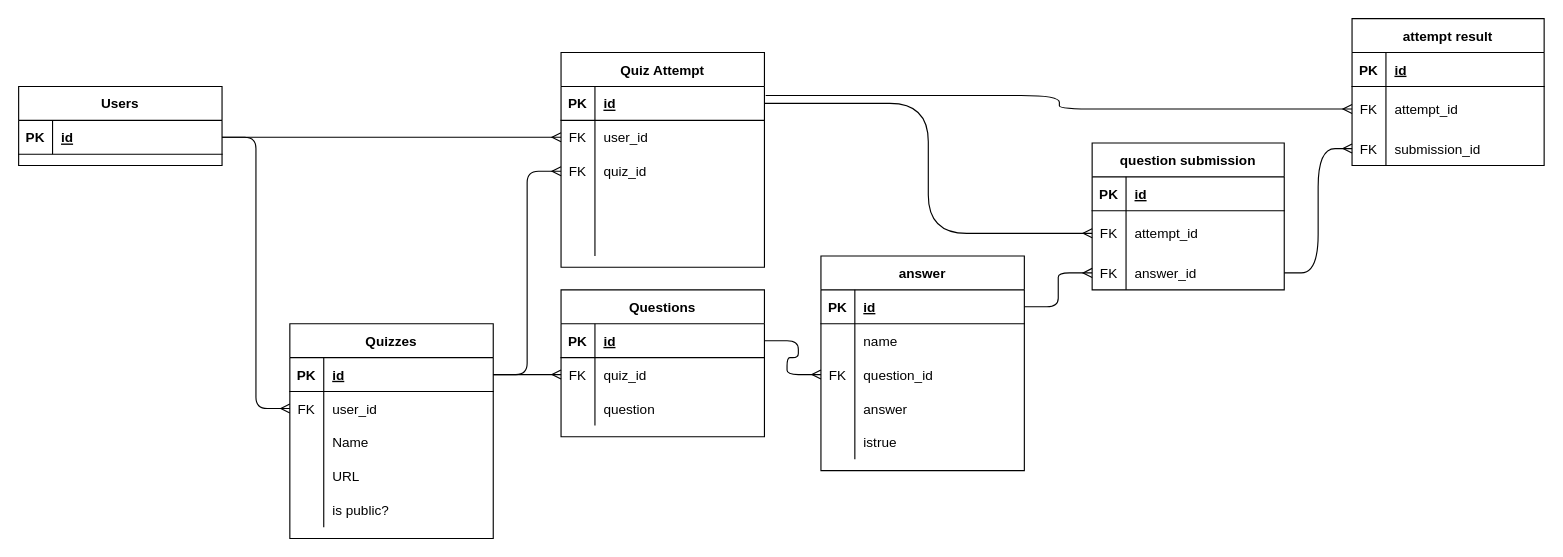
Above: ERD.drawio in zhaxxDev/DeonNathanZMidterm (draw.io), before the change. Source tidied: cells renumbered, new cells numbered last; positions are measured from the earlier drawing's top-left corner, leaving out a move shared by most shapes. Both pictures are drawn from the tidied source at 113%, with x=0, y=0 at pixel (18, 18).
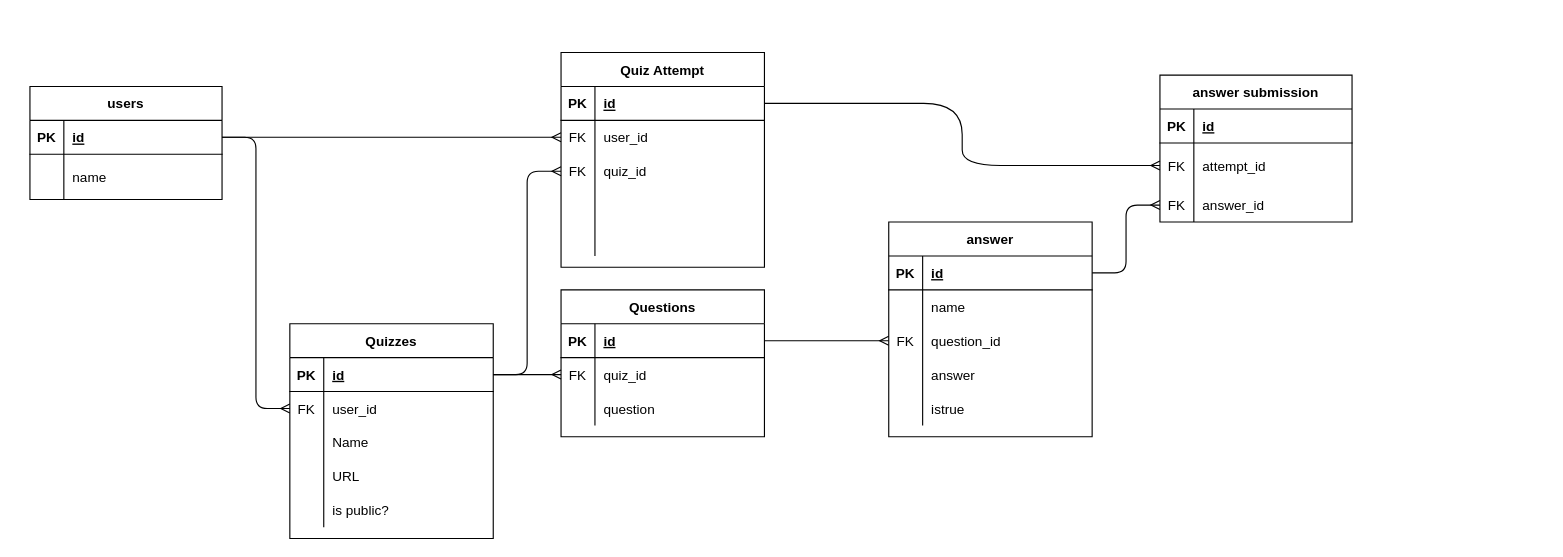
Above is the later version.

The change refers to these unchanged cells:
```xml
<mxCell id="10" style="shape=partialRectangle;fillColor=none;top=0;left=0;bottom=0;right=0;points=[[0,0.5],[1,0.5]];portConstraint=eastwest;" parent="6" vertex="1">
  <mxGeometry y="60" width="180" height="30" as="geometry" />
</mxCell>
<mxCell id="24" style="shape=partialRectangle;fillColor=none;top=0;left=0;bottom=1;right=0;points=[[0,0.5],[1,0.5]];portConstraint=eastwest;" parent="23" vertex="1">
  <mxGeometry y="30" width="180" height="30" as="geometry" />
</mxCell>
<mxCell id="27" style="shape=partialRectangle;fillColor=none;top=0;left=0;bottom=0;right=0;points=[[0,0.5],[1,0.5]];portConstraint=eastwest;" parent="23" vertex="1">
  <mxGeometry y="60" width="180" height="30" as="geometry" />
</mxCell>
<mxCell id="57" style="shape=partialRectangle;fillColor=none;top=0;left=0;bottom=0;right=0;points=[[0,0.5],[1,0.5]];portConstraint=eastwest;" parent="50" vertex="1">
  <mxGeometry y="100" width="170" height="30" as="geometry" />
</mxCell>
```

The edit, as a diff of the source:
```diff
@@
-    <mxCell id="2" value="Users" style="shape=table;startSize=30;childLayout=tableLayout;rowLines=0;fontStyle=1;align=center;" parent="1" vertex="1">
-      <mxGeometry y="60" width="180" height="70" as="geometry" />
-    </mxCell>
-    <mxCell id="3" style="shape=partialRectangle;fillColor=none;top=0;left=0;bottom=1;right=0;points=[[0,0.5],[1,0.5]];portConstraint=eastwest;" parent="2" vertex="1">
-      <mxGeometry y="30" width="180" height="30" as="geometry" />
-    </mxCell>
-    <mxCell id="4" value="PK" style="shape=partialRectangle;fillColor=none;top=0;left=0;bottom=0;right=0;fontStyle=1;overflow=hidden;" parent="3" vertex="1">
-      <mxGeometry width="30" height="30" as="geometry" />
-    </mxCell>
-    <mxCell id="5" value="id" style="shape=partialRectangle;fillColor=none;top=0;left=0;bottom=0;right=0;align=left;spacingLeft=6;fontStyle=5;overflow=hidden;" parent="3" vertex="1">
-      <mxGeometry x="30" width="150" height="30" as="geometry" />
-    </mxCell>
@@
-    <mxCell id="22" style="edgeStyle=entityRelationEdgeStyle;fontSize=12;html=1;endArrow=ERmany;exitX=1;exitY=0.5;exitDx=0;exitDy=0;entryX=0;entryY=0.5;entryDx=0;entryDy=0;" parent="1" edge="1" source="3" target="27">
+    <mxCell id="22" style="edgeStyle=entityRelationEdgeStyle;fontSize=12;html=1;endArrow=ERmany;exitX=1;exitY=0.5;exitDx=0;exitDy=0;entryX=0;entryY=0.5;entryDx=0;entryDy=0;" parent="1" edge="1" source="82" target="27">
       <mxGeometry relative="1" as="geometry" />
     </mxCell>
@@
-    <mxCell id="39" style="edgeStyle=entityRelationEdgeStyle;fontSize=12;html=1;endArrow=ERmany;" parent="1" edge="1" source="3" target="10">
+    <mxCell id="39" style="edgeStyle=entityRelationEdgeStyle;fontSize=12;html=1;endArrow=ERmany;exitX=1;exitY=0.5;exitDx=0;exitDy=0;" parent="1" edge="1" source="82" target="10">
       <mxGeometry relative="1" as="geometry" />
     </mxCell>
@@
-    <mxCell id="50" value="question submission" style="shape=table;startSize=30;childLayout=tableLayout;rowLines=0;fontStyle=1;align=center;" parent="1" vertex="1">
-      <mxGeometry x="950" y="110" width="170" height="130" as="geometry" />
+    <mxCell id="50" value="answer submission" style="shape=table;startSize=30;childLayout=tableLayout;rowLines=0;fontStyle=1;align=center;" parent="1" vertex="1">
+      <mxGeometry x="1010" y="50" width="170" height="130" as="geometry" />
     </mxCell>
@@
     <mxCell id="64" value="answer" style="shape=table;startSize=30;childLayout=tableLayout;rowLines=0;fontStyle=1;align=center;" parent="1" vertex="1">
-      <mxGeometry x="710" y="210" width="180" height="190" as="geometry" />
+      <mxGeometry x="770" y="180" width="180" height="190" as="geometry" />
     </mxCell>
@@
-    <mxCell id="81" value="attempt result" style="shape=table;startSize=30;childLayout=tableLayout;rowLines=0;fontStyle=1;align=center;" parent="1" vertex="1">
-      <mxGeometry x="1180" width="170" height="130" as="geometry" />
-    </mxCell>
+    <mxCell id="93" value="users" style="shape=table;startSize=30;childLayout=tableLayout;rowLines=0;fontStyle=1;align=center;" parent="1" vertex="1">
+      <mxGeometry x="10" y="60" width="170" height="100" as="geometry" />
+    </mxCell>
-    <mxCell id="82" style="shape=partialRectangle;fillColor=none;top=0;left=0;bottom=1;right=0;points=[[0,0.5],[1,0.5]];portConstraint=eastwest;" parent="81" vertex="1">
+    <mxCell id="82" style="shape=partialRectangle;fillColor=none;top=0;left=0;bottom=1;right=0;points=[[0,0.5],[1,0.5]];portConstraint=eastwest;" parent="93" vertex="1">
       <mxGeometry y="30" width="170" height="30" as="geometry" />
     </mxCell>
-    <mxCell id="83" value="PK" style="shape=partialRectangle;fillColor=none;top=0;left=0;bottom=0;right=0;fontStyle=1;overflow=hidden;" parent="82" vertex="1">
-      <mxGeometry width="30" height="30" as="geometry" />
-    </mxCell>
+    <mxCell id="94" value="PK" style="shape=partialRectangle;fillColor=none;top=0;left=0;bottom=0;right=0;fontStyle=1;overflow=hidden;" parent="82" vertex="1">
+      <mxGeometry width="30" height="30" as="geometry" />
+    </mxCell>
@@
-    <mxCell id="85" style="shape=partialRectangle;fillColor=none;top=0;left=0;bottom=0;right=0;points=[[0,0.5],[1,0.5]];portConstraint=eastwest;" parent="81" vertex="1">
+    <mxCell id="85" style="shape=partialRectangle;fillColor=none;top=0;left=0;bottom=0;right=0;points=[[0,0.5],[1,0.5]];portConstraint=eastwest;" parent="93" vertex="1">
       <mxGeometry y="60" width="170" height="40" as="geometry" />
     </mxCell>
-    <mxCell id="86" value="FK" style="shape=partialRectangle;fillColor=none;top=0;left=0;bottom=0;right=0;overflow=hidden;" parent="85" vertex="1">
-      <mxGeometry width="30" height="40" as="geometry" />
-    </mxCell>
-    <mxCell id="87" value="attempt_id" style="shape=partialRectangle;fillColor=none;top=0;left=0;bottom=0;right=0;align=left;spacingLeft=6;overflow=hidden;" parent="85" vertex="1">
-      <mxGeometry x="30" width="140" height="40" as="geometry" />
-    </mxCell>
-    <mxCell id="88" style="shape=partialRectangle;fillColor=none;top=0;left=0;bottom=0;right=0;points=[[0,0.5],[1,0.5]];portConstraint=eastwest;" parent="81" vertex="1">
-      <mxGeometry y="100" width="170" height="30" as="geometry" />
-    </mxCell>
-    <mxCell id="89" value="FK" style="shape=partialRectangle;fillColor=none;top=0;left=0;bottom=0;right=0;overflow=hidden;" parent="88" vertex="1">
-      <mxGeometry width="30" height="30" as="geometry" />
-    </mxCell>
-    <mxCell id="90" value="submission_id" style="shape=partialRectangle;fillColor=none;top=0;left=0;bottom=0;right=0;align=left;spacingLeft=6;overflow=hidden;" parent="88" vertex="1">
-      <mxGeometry x="30" width="140" height="30" as="geometry" />
-    </mxCell>
-    <mxCell id="91" style="edgeStyle=elbowEdgeStyle;fontSize=12;html=1;endArrow=ERmany;rounded=1;jumpSize=0;arcSize=68;entryX=0;entryY=0.5;entryDx=0;entryDy=0;" parent="1" edge="1" source="57" target="88">
-      <mxGeometry relative="1" as="geometry" />
-    </mxCell>
-    <mxCell id="92" style="edgeStyle=elbowEdgeStyle;fontSize=12;html=1;endArrow=ERmany;exitX=1.006;exitY=0.267;exitDx=0;exitDy=0;rounded=1;jumpSize=0;arcSize=68;exitPerimeter=0;entryX=0;entryY=0.5;entryDx=0;entryDy=0;" parent="1" edge="1" source="24" target="85">
-      <mxGeometry relative="1" as="geometry" />
-    </mxCell>
+    <mxCell id="95" style="shape=partialRectangle;fillColor=none;top=0;left=0;bottom=0;right=0;overflow=hidden;" parent="85" vertex="1">
+      <mxGeometry width="30" height="40" as="geometry" />
+    </mxCell>
+    <mxCell id="96" value="name" style="shape=partialRectangle;fillColor=none;top=0;left=0;bottom=0;right=0;align=left;spacingLeft=6;overflow=hidden;" parent="85" vertex="1">
+      <mxGeometry x="30" width="140" height="40" as="geometry" />
+    </mxCell>
```
